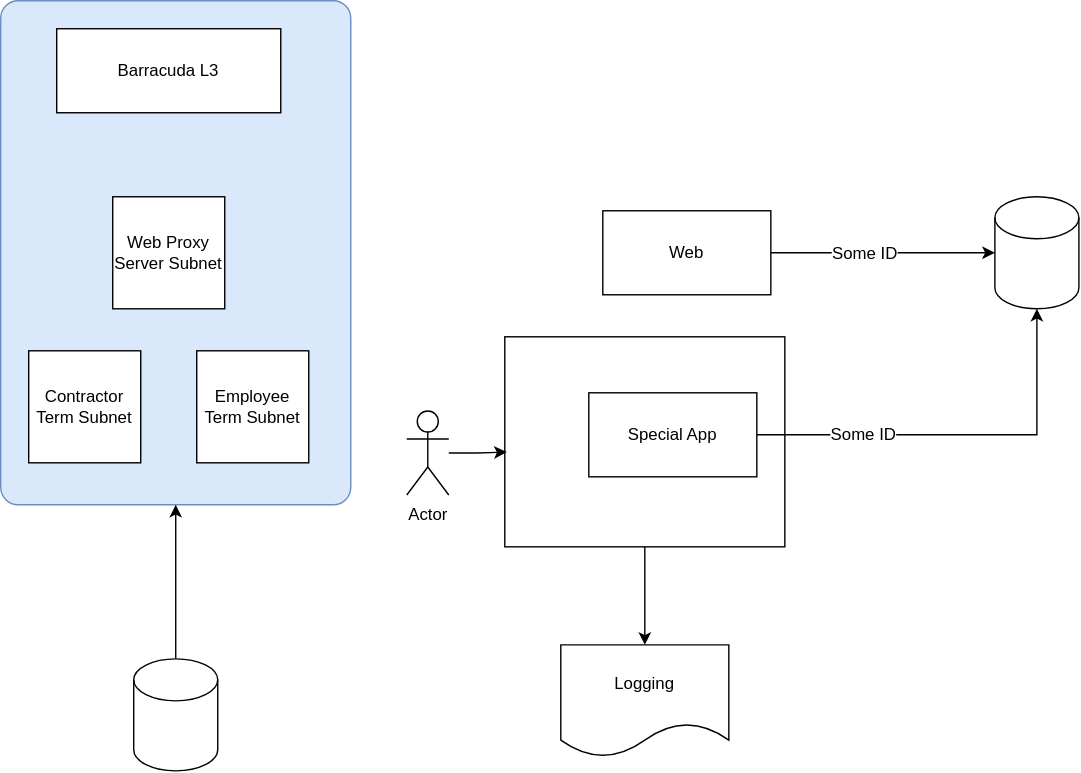
The draw.io diagram infra/SOXDataAccessNetworkPaths.svg in vjavle/invoicecloud, before a commit. Source tidied: cells renumbered, new cells last; positions are measured from the earlier drawing's top-left corner, leaving out a move shared by most shapes.
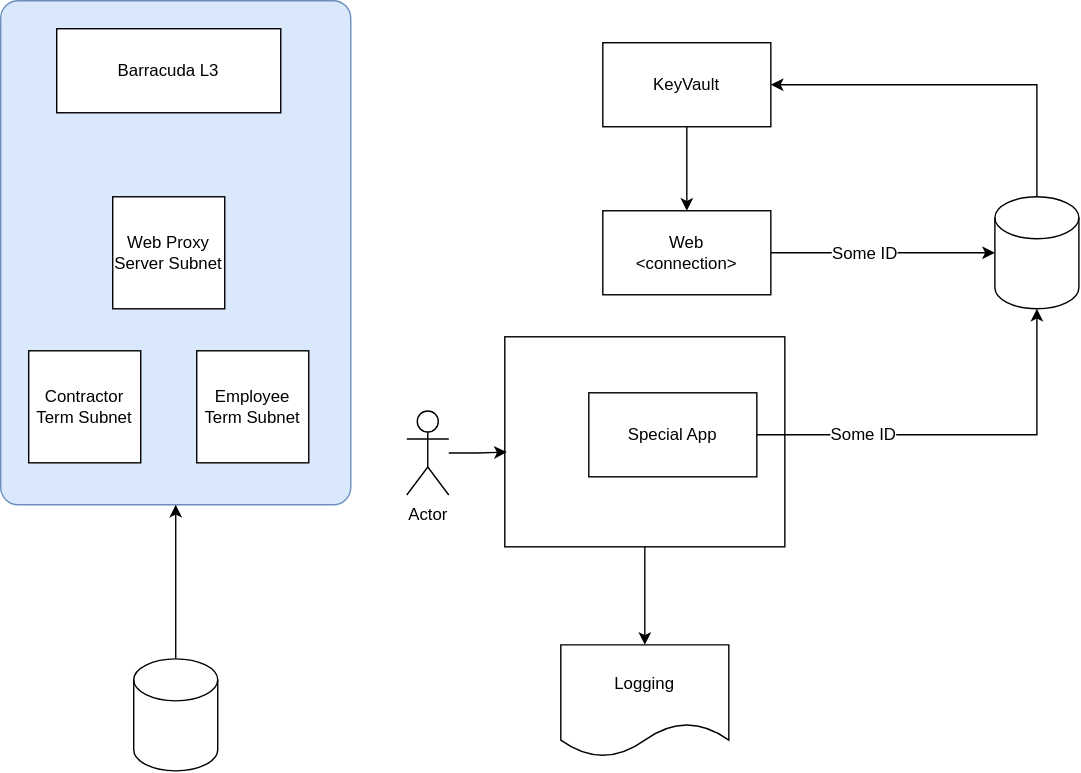
The same file after the commit.

Change to the diagram source:
```diff
@@ -35,9 +35,12 @@
     <mxCell id="12" value="Some ID" style="edgeLabel;html=1;align=center;verticalAlign=middle;fontSize=12;fontFamily=Helvetica;fontColor=default;" parent="11" vertex="1">
       <mxGeometry x="-0.17" y="-1" relative="1" as="geometry" />
     </mxCell>
-    <mxCell id="13" value="Web" style="rounded=0;whiteSpace=wrap;html=1;fontFamily=Helvetica;fontSize=12;fontColor=default;strokeColor=default;fillColor=default;" parent="1" vertex="1">
+    <mxCell id="13" value="Web&lt;br&gt;&amp;lt;connection&amp;gt;" style="rounded=0;whiteSpace=wrap;html=1;fontFamily=Helvetica;fontSize=12;fontColor=default;strokeColor=default;fillColor=default;" parent="1" vertex="1">
       <mxGeometry x="430" y="150" width="120" height="60" as="geometry" />
     </mxCell>
+    <mxCell id="21" style="edgeStyle=orthogonalEdgeStyle;rounded=0;jettySize=auto;html=1;entryX=1;entryY=0.5;entryDx=0;entryDy=0;fontFamily=Helvetica;fontSize=12;fontColor=default;exitX=0.5;exitY=0;exitDx=0;exitDy=0;exitPerimeter=0;" parent="1" edge="1" source="14" target="23">
+      <mxGeometry relative="1" as="geometry" />
+    </mxCell>
     <mxCell id="14" style="shape=cylinder3;whiteSpace=wrap;html=1;boundedLbl=1;backgroundOutline=1;size=15;rounded=1;fontFamily=Helvetica;fontSize=12;fontColor=default;strokeColor=default;fillColor=default;" parent="1" vertex="1">
       <mxGeometry x="710" y="140" width="60" height="80" as="geometry" />
     </mxCell>
@@ -59,5 +62,11 @@
     <mxCell id="20" value="Logging" style="shape=document;whiteSpace=wrap;html=1;boundedLbl=1;rounded=1;fontFamily=Helvetica;fontSize=12;fontColor=default;strokeColor=default;fillColor=default;" parent="1" vertex="1">
       <mxGeometry x="400" y="460" width="120" height="80" as="geometry" />
     </mxCell>
+    <mxCell id="22" style="edgeStyle=orthogonalEdgeStyle;rounded=0;jettySize=auto;html=1;fontFamily=Helvetica;fontSize=12;fontColor=default;" parent="1" edge="1" source="23" target="13">
+      <mxGeometry relative="1" as="geometry" />
+    </mxCell>
+    <mxCell id="23" value="KeyVault" style="rounded=0;whiteSpace=wrap;html=1;fontFamily=Helvetica;fontSize=12;fontColor=default;strokeColor=default;fillColor=default;" parent="1" vertex="1">
+      <mxGeometry x="430" y="30" width="120" height="60" as="geometry" />
+    </mxCell>
   </root>
 </mxGraphModel>
```
